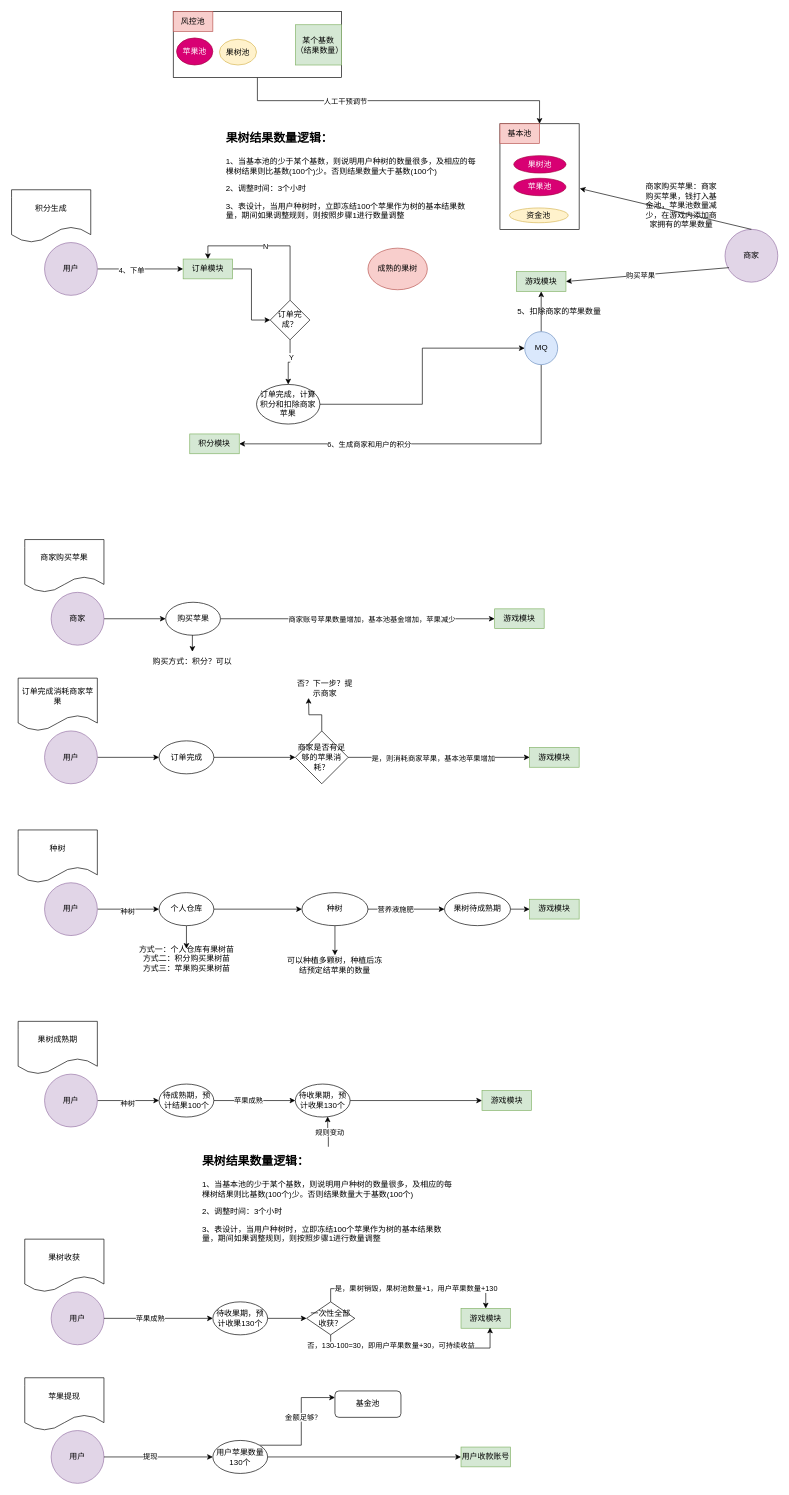
Above: gtt-积分流程.drawio in maigao11/flow (draw.io), before the change. Source tidied: cells renumbered, new cells numbered last; positions are measured from the earlier drawing's top-left corner, leaving out a move shared by most shapes. Both pictures are drawn from the tidied source at 66%, with x=0, y=0 at pixel (11, 11).
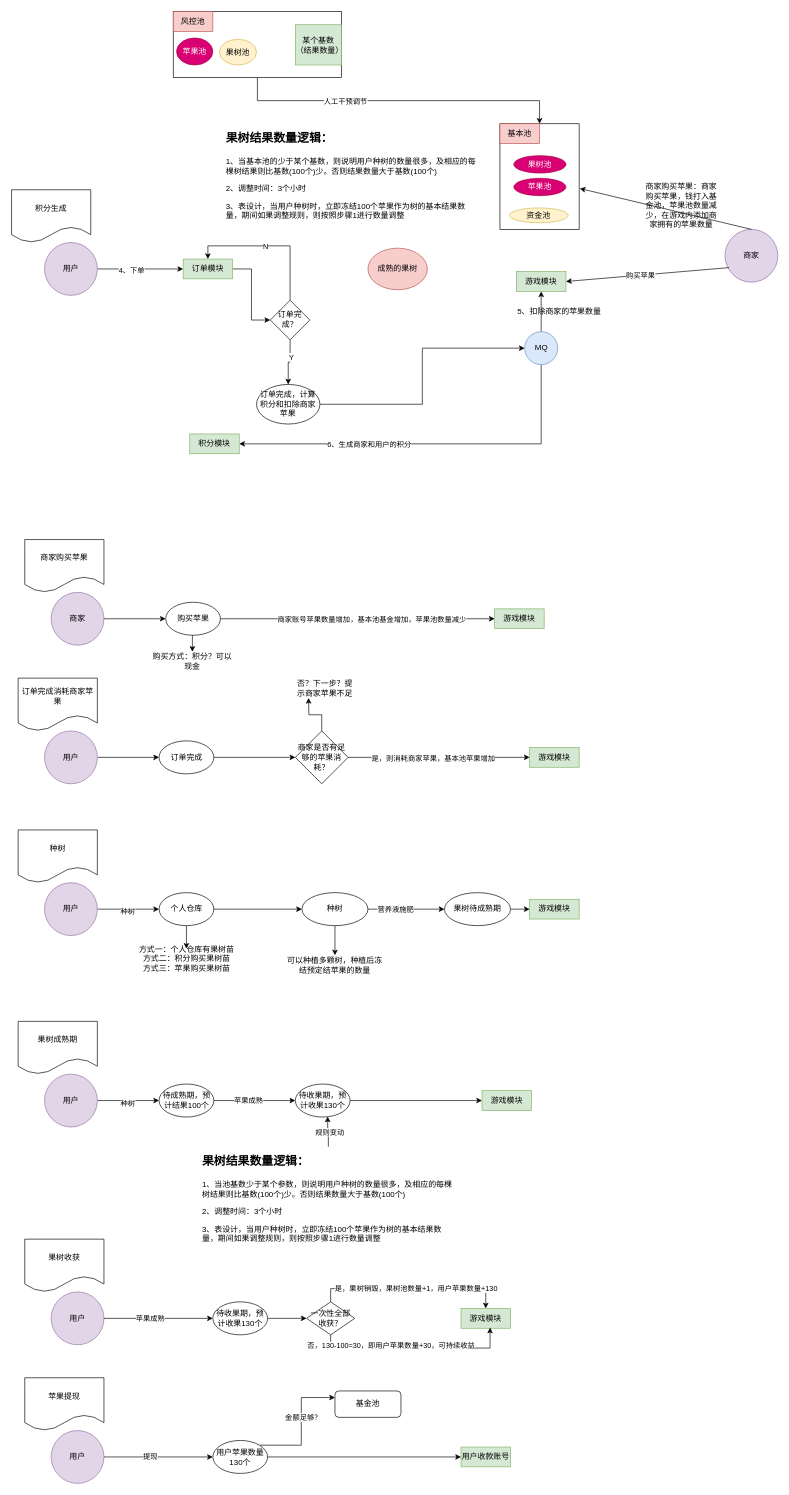
The same page after the edit.

Commit message:
更新gtt-积分流程.drawio

The change refers to these unchanged cells:
```xml
<mxCell id="44" style="edgeStyle=orthogonalEdgeStyle;rounded=0;jettySize=auto;html=1;exitX=1;exitY=0.5;exitDx=0;exitDy=0;entryX=0;entryY=0.5;entryDx=0;entryDy=0;" parent="1" edge="1" source="47" target="48">
  <mxGeometry relative="1" as="geometry" />
</mxCell>
```

What changed in the source:
```diff
@@
-    <mxCell id="45" value="商家账号苹果数量增加，基本池基金增加，苹果减少" style="edgeLabel;html=1;align=center;verticalAlign=middle;" parent="44" vertex="1">
+    <mxCell id="45" value="商家账号苹果数量增加，基本池基金增加，苹果池数量减少" style="edgeLabel;html=1;align=center;verticalAlign=middle;" parent="44" vertex="1">
       <mxGeometry x="0.1" y="-1" relative="1" as="geometry" />
     </mxCell>
@@
-    <mxCell id="49" value="购买方式：积分？可以" style="text;html=1;strokeColor=none;fillColor=none;align=center;verticalAlign=middle;whiteSpace=wrap;rounded=0;" parent="1" vertex="1">
+    <mxCell id="49" value="购买方式：积分？可以&lt;br&gt;现金" style="text;html=1;strokeColor=none;fillColor=none;align=center;verticalAlign=middle;whiteSpace=wrap;rounded=0;" parent="1" vertex="1">
       <mxGeometry x="213" y="970" width="122" height="30" as="geometry" />
     </mxCell>
@@
-    <mxCell id="60" value="否？下一步？提示商家" style="text;html=1;strokeColor=none;fillColor=none;align=center;verticalAlign=middle;whiteSpace=wrap;rounded=0;" parent="1" vertex="1">
+    <mxCell id="60" value="否？下一步？提示商家苹果不足" style="text;html=1;strokeColor=none;fillColor=none;align=center;verticalAlign=middle;whiteSpace=wrap;rounded=0;" parent="1" vertex="1">
       <mxGeometry x="430" y="1010" width="90" height="30" as="geometry" />
     </mxCell>
@@
-    <mxCell id="87" value="&lt;h1&gt;&lt;font style=&quot;font-size: 18px;&quot;&gt;果树结果数量逻辑：&lt;/font&gt;&lt;/h1&gt;&lt;p&gt;1、当基本池的少于某个基数，则说明用户种树的数量很多，及相应的每棵树结果则比基数(100个)少。否则结果数量大于基数(100个)&lt;/p&gt;&lt;p&gt;2、调整时间：3个小时&lt;/p&gt;&lt;p&gt;3、表设计，当用户种树时，立即冻结100个苹果作为树的基本结果数量，期间如果调整规则，则按照步骤1进行数量调整&lt;/p&gt;&lt;p&gt;&lt;br&gt;&lt;/p&gt;&lt;p&gt;&lt;br&gt;&lt;/p&gt;" style="text;html=1;strokeColor=none;fillColor=none;spacing=5;spacingTop=-20;whiteSpace=wrap;overflow=hidden;rounded=0;" parent="1" vertex="1">
+    <mxCell id="87" value="&lt;h1&gt;&lt;font style=&quot;font-size: 18px;&quot;&gt;果树结果数量逻辑：&lt;/font&gt;&lt;/h1&gt;&lt;p&gt;1、当池基数少于某个参数，则说明用户种树的数量很多，及相应的每棵树结果则比基数(100个)少。否则结果数量大于基数(100个)&lt;/p&gt;&lt;p&gt;2、调整时间：3个小时&lt;/p&gt;&lt;p&gt;3、表设计，当用户种树时，立即冻结100个苹果作为树的基本结果数量，期间如果调整规则，则按照步骤1进行数量调整&lt;/p&gt;&lt;p&gt;&lt;br&gt;&lt;/p&gt;&lt;p&gt;&lt;br&gt;&lt;/p&gt;" style="text;html=1;strokeColor=none;fillColor=none;spacing=5;spacingTop=-20;whiteSpace=wrap;overflow=hidden;rounded=0;" parent="1" vertex="1">
       <mxGeometry x="283.6" y="1720" width="392.8" height="150" as="geometry" />
     </mxCell>
```
